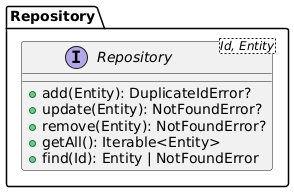
DomoticASW/.github keeps this PlantUML diagram as diagrams/generated/repository.png. Above is the earlier version. Source of this version:
```plantuml
@startuml repository

package Repository{
    interface Repository<Id, Entity> {
        + add(Entity): DuplicateIdError?
        + update(Entity): NotFoundError?
        + remove(Entity): NotFoundError?
        + getAll(): Iterable<Entity>
        + find(Id): Entity | NotFoundError
    }
}

@enduml
```
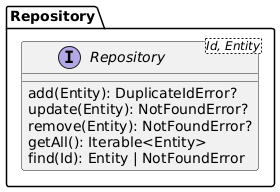
The same diagram one commit later.

Change to the diagram source:
```diff
@@ -2,11 +2,11 @@
 
 package Repository{
     interface Repository<Id, Entity> {
-        + add(Entity): DuplicateIdError?
-        + update(Entity): NotFoundError?
-        + remove(Entity): NotFoundError?
-        + getAll(): Iterable<Entity>
-        + find(Id): Entity | NotFoundError
+        add(Entity): DuplicateIdError?
+        update(Entity): NotFoundError?
+        remove(Entity): NotFoundError?
+        getAll(): Iterable<Entity>
+        find(Id): Entity | NotFoundError
     }
 }
 
```
